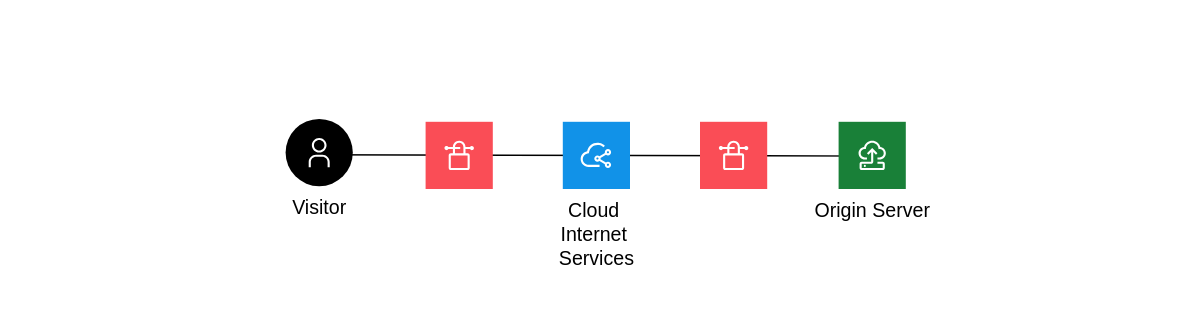
Before: images/end-to-end-flexible.svg, a diagram exported from draw.io (ibm-cloud-docs/cis). Source tidied: cells renumbered, new cells last; positions are measured from the earlier drawing's top-left corner, leaving out a move shared by most shapes. Source of this version:
```xml
<mxGraphModel>
  <root>
    <mxCell id="0" />
    <mxCell id="1" parent="0" />
    <mxCell id="2" style="rounded=0;whiteSpace=wrap;html=1;fillColor=default;strokeColor=none;" parent="1" vertex="1">
      <mxGeometry x="151" y="-0.5" width="550" height="220" as="geometry" />
    </mxCell>
    <mxCell id="3" style="endArrow=none;html=1;rounded=0;" parent="1" edge="1">
      <mxGeometry relative="1" as="geometry">
        <mxPoint x="220.5" y="110" as="sourcePoint" />
        <mxPoint x="630.5" y="111" as="targetPoint" />
      </mxGeometry>
    </mxCell>
    <mxCell id="4" value="Visitor" style="shape=ellipse;fillColor=#000000;labelPosition=center;verticalLabelPosition=bottom;align=center;verticalAlign=top;strokeColor=none;fontSize=14;" parent="1" vertex="1">
      <mxGeometry x="203.5" y="84.5" width="48" height="48" as="geometry" />
    </mxCell>
    <mxCell id="5" style="fillColor=#ffffff;strokeColor=none;dashed=0;html=1;labelPosition=center;verticalLabelPosition=bottom;verticalAlign=top;shape=mxgraph.ibm_cloud.user;" parent="4" vertex="1">
      <mxGeometry width="24" height="24" relative="1" as="geometry">
        <mxPoint x="12" y="12" as="offset" />
      </mxGeometry>
    </mxCell>
    <mxCell id="6" value="Cloud &#10;Internet &#10;Services" style="shape=rect;fillColor=#1192E8;labelPosition=center;verticalLabelPosition=bottom;align=center;verticalAlign=top;strokeColor=none;fontSize=14;" parent="1" vertex="1">
      <mxGeometry x="401.5" y="86.5" width="48" height="48" as="geometry" />
    </mxCell>
    <mxCell id="7" style="fillColor=#ffffff;strokeColor=none;dashed=0;html=1;labelPosition=center;verticalLabelPosition=bottom;verticalAlign=top;shape=mxgraph.ibm_cloud.ibm-cloud--internet-services;" parent="6" vertex="1">
      <mxGeometry width="24" height="24" relative="1" as="geometry">
        <mxPoint x="12" y="12" as="offset" />
      </mxGeometry>
    </mxCell>
    <mxCell id="8" style="shape=rect;fillColor=#FA4D56;labelPosition=center;verticalLabelPosition=bottom;align=center;verticalAlign=top;strokeColor=none;fontSize=14;" parent="1" vertex="1">
      <mxGeometry x="303.5" y="86.5" width="48" height="48" as="geometry" />
    </mxCell>
    <mxCell id="9" style="fillColor=#ffffff;strokeColor=none;dashed=0;html=1;labelPosition=center;verticalLabelPosition=bottom;verticalAlign=top;shape=mxgraph.ibm_cloud.vpn--connection;" parent="8" vertex="1">
      <mxGeometry width="24" height="24" relative="1" as="geometry">
        <mxPoint x="12" y="12" as="offset" />
      </mxGeometry>
    </mxCell>
    <mxCell id="10" style="shape=rect;fillColor=#FA4D56;labelPosition=center;verticalLabelPosition=bottom;align=center;verticalAlign=top;strokeColor=none;fontSize=14;" parent="1" vertex="1">
      <mxGeometry x="499.5" y="86.5" width="48" height="48" as="geometry" />
    </mxCell>
    <mxCell id="11" style="fillColor=#ffffff;strokeColor=none;dashed=0;html=1;labelPosition=center;verticalLabelPosition=bottom;verticalAlign=top;shape=mxgraph.ibm_cloud.vpn--connection;" parent="10" vertex="1">
      <mxGeometry width="24" height="24" relative="1" as="geometry">
        <mxPoint x="12" y="12" as="offset" />
      </mxGeometry>
    </mxCell>
    <mxCell id="12" value="Origin Server&#10;" style="shape=rect;fillColor=#198038;labelPosition=center;verticalLabelPosition=bottom;align=center;verticalAlign=top;strokeColor=none;fontSize=14;" parent="1" vertex="1">
      <mxGeometry x="598.5" y="86.5" width="48" height="48" as="geometry" />
    </mxCell>
    <mxCell id="13" style="fillColor=#ffffff;strokeColor=none;dashed=0;html=1;labelPosition=center;verticalLabelPosition=bottom;verticalAlign=top;shape=mxgraph.ibm_cloud.ibm-cloud--virtual-server-classic;" parent="12" vertex="1">
      <mxGeometry width="24" height="24" relative="1" as="geometry">
        <mxPoint x="12" y="12" as="offset" />
      </mxGeometry>
    </mxCell>
    <mxCell id="14" style="rounded=0;whiteSpace=wrap;html=1;fillColor=default;strokeColor=none;" parent="1" vertex="1">
      <mxGeometry y="-0.5" width="150" height="224.5" as="geometry" />
    </mxCell>
    <mxCell id="15" style="rounded=0;whiteSpace=wrap;html=1;fillColor=default;strokeColor=none;" parent="1" vertex="1">
      <mxGeometry x="701" y="-0.5" width="149" height="224.5" as="geometry" />
    </mxCell>
  </root>
</mxGraphModel>
```
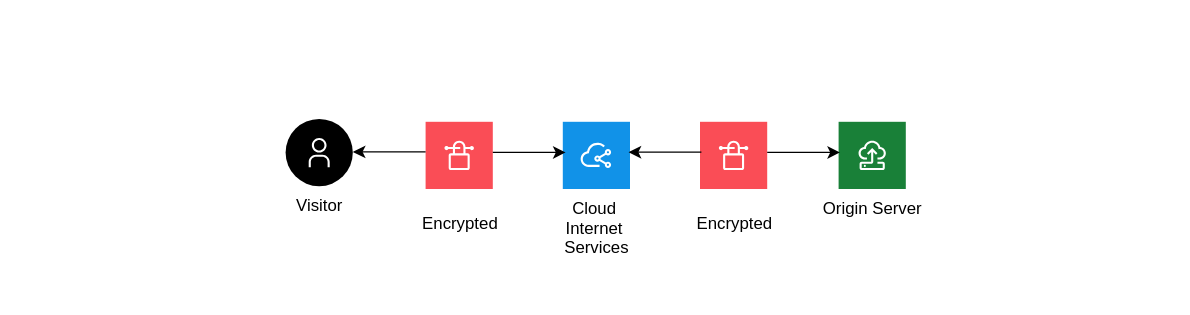
The same file after the commit.

The edit, as a diff of the source:
```diff
@@ -5,13 +5,7 @@
     <mxCell id="2" style="rounded=0;whiteSpace=wrap;html=1;fillColor=default;strokeColor=none;" parent="1" vertex="1">
       <mxGeometry x="151" y="-0.5" width="550" height="220" as="geometry" />
     </mxCell>
-    <mxCell id="3" style="endArrow=none;html=1;rounded=0;" parent="1" edge="1">
-      <mxGeometry relative="1" as="geometry">
-        <mxPoint x="220.5" y="110" as="sourcePoint" />
-        <mxPoint x="630.5" y="111" as="targetPoint" />
-      </mxGeometry>
-    </mxCell>
-    <mxCell id="4" value="Visitor" style="shape=ellipse;fillColor=#000000;labelPosition=center;verticalLabelPosition=bottom;align=center;verticalAlign=top;strokeColor=none;fontSize=14;" parent="1" vertex="1">
+    <mxCell id="4" value="Visitor" style="shape=ellipse;fillColor=#000000;labelPosition=center;verticalLabelPosition=bottom;align=center;verticalAlign=top;strokeColor=none;fontSize=12;" parent="1" vertex="1">
       <mxGeometry x="203.5" y="84.5" width="48" height="48" as="geometry" />
     </mxCell>
     <mxCell id="5" style="fillColor=#ffffff;strokeColor=none;dashed=0;html=1;labelPosition=center;verticalLabelPosition=bottom;verticalAlign=top;shape=mxgraph.ibm_cloud.user;" parent="4" vertex="1">
@@ -19,7 +13,7 @@
         <mxPoint x="12" y="12" as="offset" />
       </mxGeometry>
     </mxCell>
-    <mxCell id="6" value="Cloud &#10;Internet &#10;Services" style="shape=rect;fillColor=#1192E8;labelPosition=center;verticalLabelPosition=bottom;align=center;verticalAlign=top;strokeColor=none;fontSize=14;" parent="1" vertex="1">
+    <mxCell id="6" value="Cloud &#10;Internet &#10;Services" style="shape=rect;fillColor=#1192E8;labelPosition=center;verticalLabelPosition=bottom;align=center;verticalAlign=top;strokeColor=none;fontSize=12;" parent="1" vertex="1">
       <mxGeometry x="401.5" y="86.5" width="48" height="48" as="geometry" />
     </mxCell>
     <mxCell id="7" style="fillColor=#ffffff;strokeColor=none;dashed=0;html=1;labelPosition=center;verticalLabelPosition=bottom;verticalAlign=top;shape=mxgraph.ibm_cloud.ibm-cloud--internet-services;" parent="6" vertex="1">
@@ -43,7 +37,7 @@
         <mxPoint x="12" y="12" as="offset" />
       </mxGeometry>
     </mxCell>
-    <mxCell id="12" value="Origin Server&#10;" style="shape=rect;fillColor=#198038;labelPosition=center;verticalLabelPosition=bottom;align=center;verticalAlign=top;strokeColor=none;fontSize=14;" parent="1" vertex="1">
+    <mxCell id="12" value="Origin Server&#10;" style="shape=rect;fillColor=#198038;labelPosition=center;verticalLabelPosition=bottom;align=center;verticalAlign=top;strokeColor=none;fontSize=12;" parent="1" vertex="1">
       <mxGeometry x="598.5" y="86.5" width="48" height="48" as="geometry" />
     </mxCell>
     <mxCell id="13" style="fillColor=#ffffff;strokeColor=none;dashed=0;html=1;labelPosition=center;verticalLabelPosition=bottom;verticalAlign=top;shape=mxgraph.ibm_cloud.ibm-cloud--virtual-server-classic;" parent="12" vertex="1">
@@ -57,5 +51,35 @@
     <mxCell id="15" style="rounded=0;whiteSpace=wrap;html=1;fillColor=default;strokeColor=none;" parent="1" vertex="1">
       <mxGeometry x="701" y="-0.5" width="149" height="224.5" as="geometry" />
     </mxCell>
+    <mxCell id="16" value="Encrypted" style="text;html=1;align=center;verticalAlign=middle;whiteSpace=wrap;rounded=0;" parent="1" vertex="1">
+      <mxGeometry x="297.5" y="144" width="60" height="30" as="geometry" />
+    </mxCell>
+    <mxCell id="17" value="Encrypted" style="text;html=1;align=center;verticalAlign=middle;whiteSpace=wrap;rounded=0;" parent="1" vertex="1">
+      <mxGeometry x="493.5" y="144" width="60" height="30" as="geometry" />
+    </mxCell>
+    <mxCell id="18" style="endArrow=classic;html=1;rounded=0;entryX=0.973;entryY=0.493;entryDx=0;entryDy=0;exitX=0;exitY=0.5;exitDx=0;exitDy=0;entryPerimeter=0;" parent="1" edge="1">
+      <mxGeometry relative="1" as="geometry">
+        <mxPoint x="303.5" y="108" as="sourcePoint" />
+        <mxPoint x="251.5" y="108" as="targetPoint" />
+      </mxGeometry>
+    </mxCell>
+    <mxCell id="19" style="endArrow=classic;html=1;rounded=0;startSize=6;endSize=6;entryX=0;entryY=0.5;entryDx=0;entryDy=0;" parent="1" edge="1">
+      <mxGeometry relative="1" as="geometry">
+        <mxPoint x="351.5" y="108.4" as="sourcePoint" />
+        <mxPoint x="403.5" y="108.4" as="targetPoint" />
+      </mxGeometry>
+    </mxCell>
+    <mxCell id="20" style="endArrow=classic;html=1;rounded=0;entryX=0.973;entryY=0.493;entryDx=0;entryDy=0;exitX=0;exitY=0.5;exitDx=0;exitDy=0;entryPerimeter=0;" parent="1" edge="1">
+      <mxGeometry relative="1" as="geometry">
+        <mxPoint x="500.5" y="108.2" as="sourcePoint" />
+        <mxPoint x="448.5" y="108.2" as="targetPoint" />
+      </mxGeometry>
+    </mxCell>
+    <mxCell id="21" style="endArrow=classic;html=1;rounded=0;startSize=6;endSize=6;entryX=0;entryY=0.5;entryDx=0;entryDy=0;" parent="1" edge="1">
+      <mxGeometry relative="1" as="geometry">
+        <mxPoint x="547.5" y="108.4" as="sourcePoint" />
+        <mxPoint x="599.5" y="108.4" as="targetPoint" />
+      </mxGeometry>
+    </mxCell>
   </root>
 </mxGraphModel>
```
